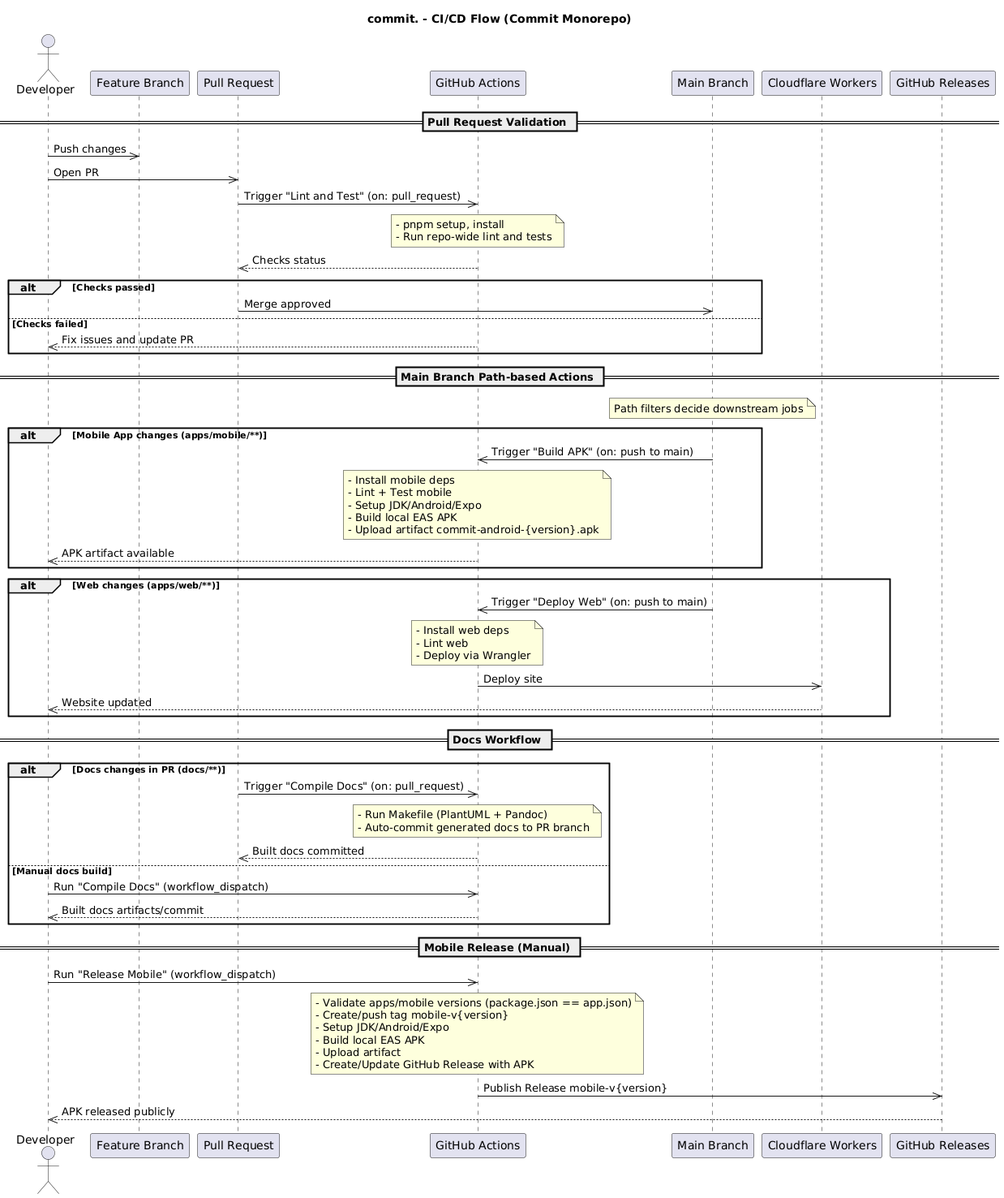
Above: docs/cicd-flow.png in getcommitapp/commit (PlantUML), before the change.
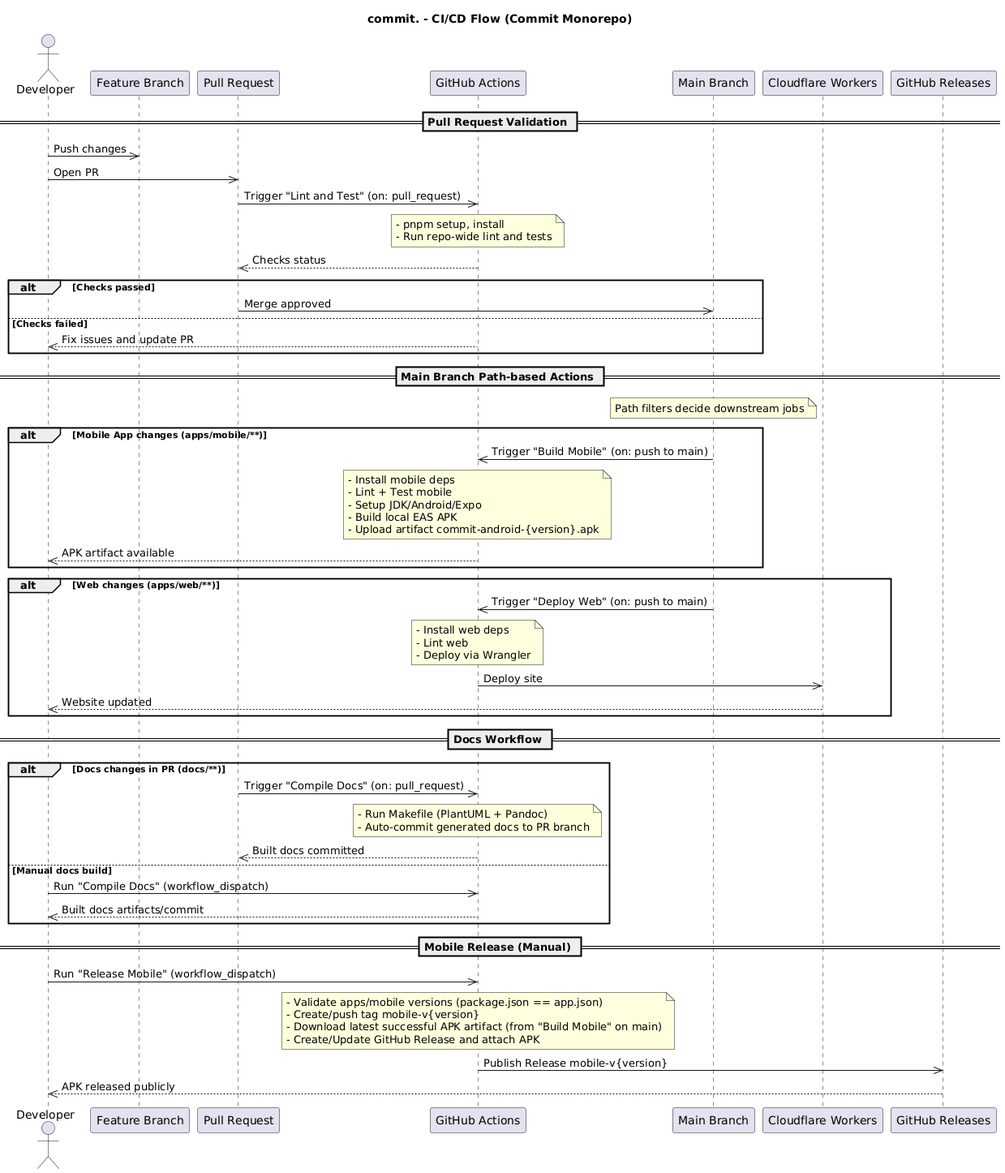
The same file after the commit.

Commit message:
build: remove apk build in release ci (#66)

What changed in the source:
```diff
@@ -29,7 +29,7 @@
 note over Main: Path filters decide downstream jobs
 
 alt Mobile App changes (apps/mobile/**)
-  Main ->> GHA: Trigger "Build APK" (on: push to main)
+  Main ->> GHA: Trigger "Build Mobile" (on: push to main)
   note over GHA
     - Install mobile deps
     - Lint + Test mobile
@@ -69,10 +69,8 @@
 note over GHA
   - Validate apps/mobile versions (package.json == app.json)
   - Create/push tag mobile-v{version}
-  - Setup JDK/Android/Expo
-  - Build local EAS APK
-  - Upload artifact
-  - Create/Update GitHub Release with APK
+  - Download latest successful APK artifact (from "Build Mobile" on main)
+  - Create/Update GitHub Release and attach APK
 end note
 GHA ->> GHR: Publish Release mobile-v{version}
 GHR -->> Dev: APK released publicly
```
